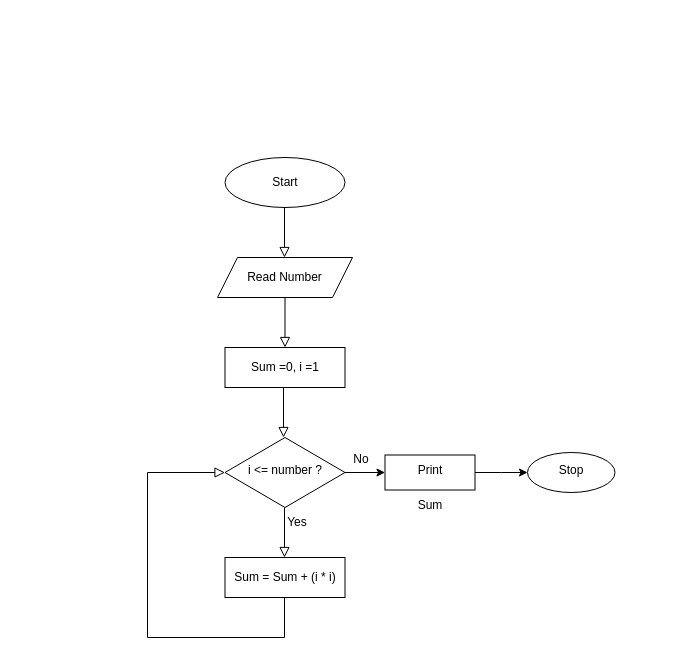
Earlier version of the draw.io diagram Untitled Diagram.drawio (DevFreak-ui/flowcharts). Source tidied: cells renumbered, new cells numbered last; positions are measured from the earlier drawing's top-left corner, leaving out a move shared by most shapes. Both pictures are drawn from the tidied source at 100%, with x=0, y=0 at pixel (147, 157).
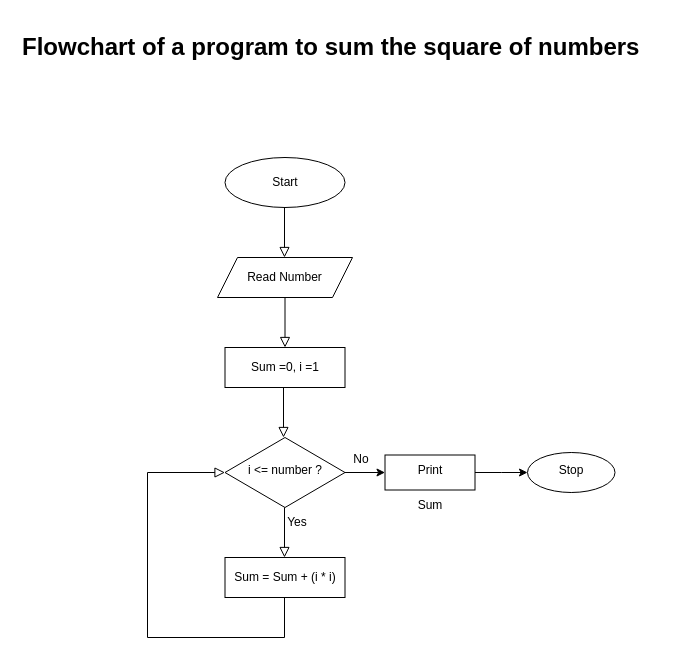
After the change.

Commit message:
Flowchart to calc squares of numbers.drawio

Change to the diagram source:
```diff
@@
+    <mxCell id="19" value="&lt;h1&gt;Flowchart of a program to sum the square of numbers&lt;/h1&gt;&lt;p&gt;&lt;br&gt;&lt;/p&gt;" style="text;html=1;strokeColor=none;fillColor=none;spacing=5;spacingTop=-20;whiteSpace=wrap;overflow=hidden;rounded=0;" parent="1" vertex="1">
+      <mxGeometry x="-130" y="-130" width="640" height="50" as="geometry" />
+    </mxCell>
```
